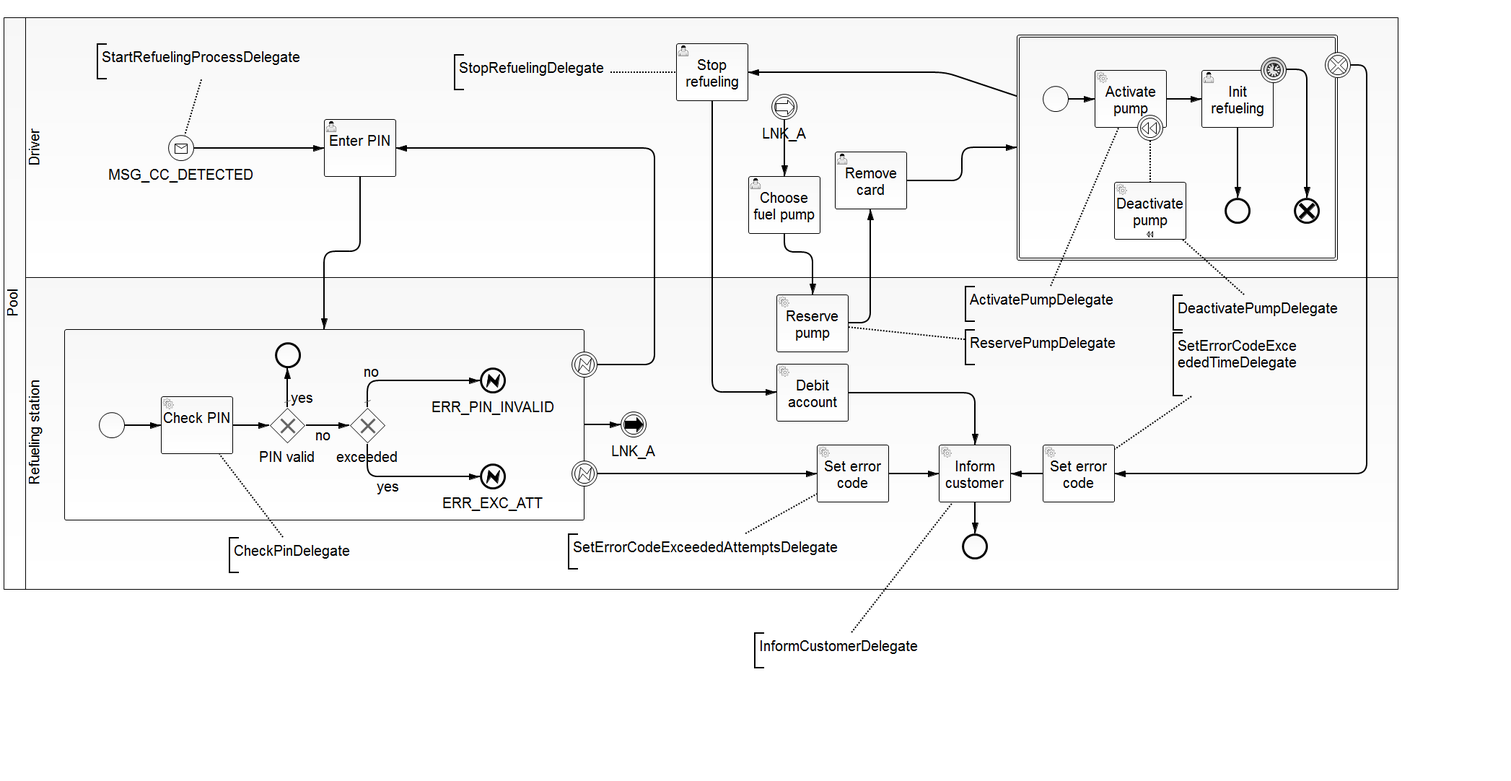
Before: bpmn-server/src/main/resources/RefuelNoCollaboration.png, a diagram exported from BPMN (gheddie/bpmn_watcher_all_new). Its source is kept beside it as bpmn-server/src/main/resources/RefuelNoCollaboration.bpmn. Ids are renumbered.
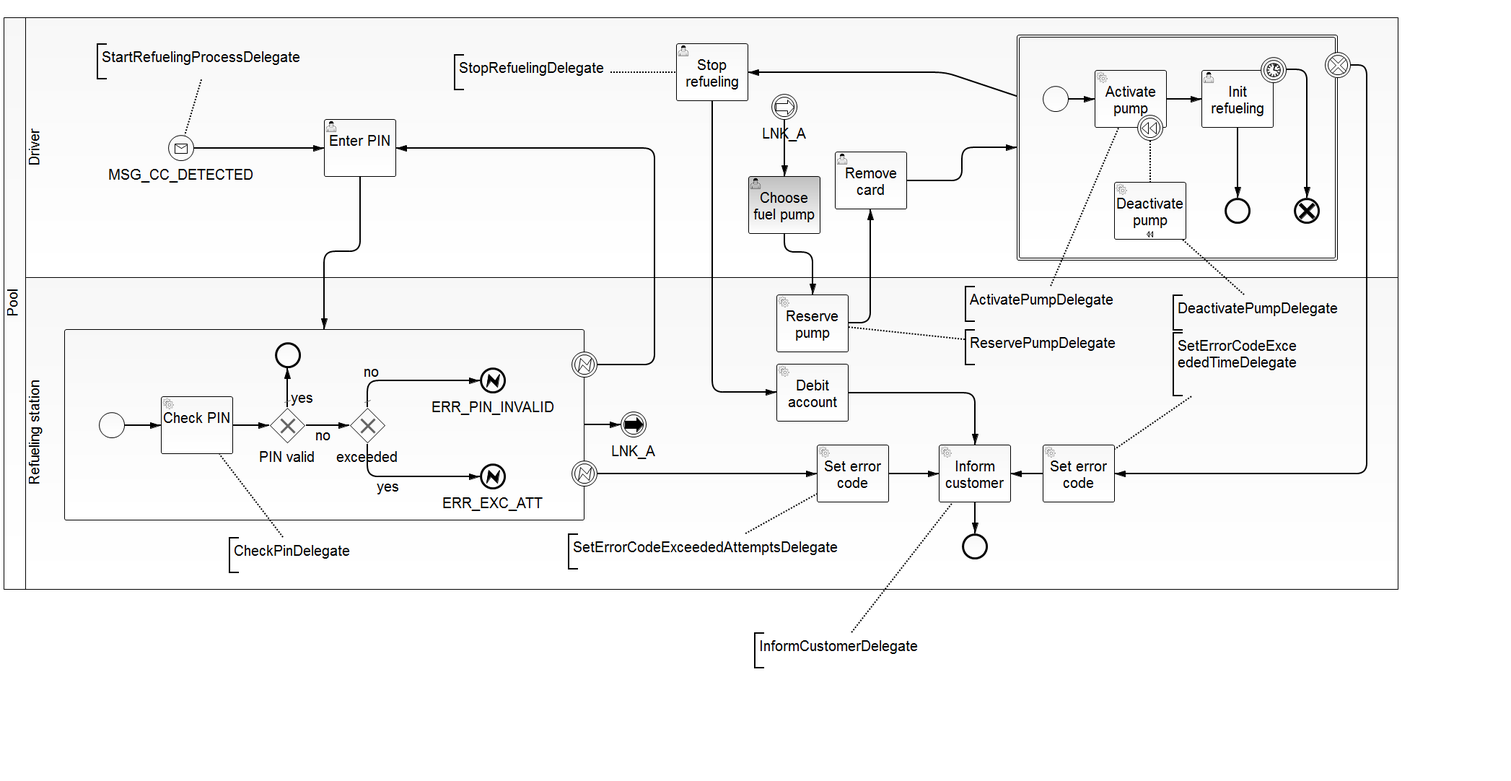
The same diagram one commit later.

Diff of the diagram source:
```diff
@@ -80,6 +80,11 @@
     </bpmn2:boundaryEvent>
     <bpmn2:sequenceFlow id="SequenceFlow_22" name="" sourceRef="BoundaryEvent_2" targetRef="ServiceTask_6"/>
     <bpmn2:userTask id="UserTask_2" camunda:assignee="demo" name="Enter PIN">
+      <bpmn2:extensionElements>
+        <camunda:formData>
+          <camunda:formField id="providedPin" label="providedPin" type="string"/>
+        </camunda:formData>
+      </bpmn2:extensionElements>
       <bpmn2:incoming>SequenceFlow_13</bpmn2:incoming>
       <bpmn2:incoming>SequenceFlow_7</bpmn2:incoming>
       <bpmn2:outgoing>SequenceFlow_3</bpmn2:outgoing>
@@ -181,6 +186,11 @@
     </bpmn2:intermediateCatchEvent>
     <bpmn2:sequenceFlow id="SequenceFlow_20" name="" sourceRef="IntermediateCatchEvent_1" targetRef="ChoosePumpTask"/>
     <bpmn2:userTask id="ChoosePumpTask" camunda:assignee="demo" name="Choose fuel pump">
+      <bpmn2:extensionElements>
+        <camunda:formData>
+          <camunda:formField id="chosenPumpNo" label="chosenPumpNo" type="long" defaultValue="0"/>
+        </camunda:formData>
+      </bpmn2:extensionElements>
       <bpmn2:incoming>SequenceFlow_20</bpmn2:incoming>
       <bpmn2:outgoing>SequenceFlow_14</bpmn2:outgoing>
     </bpmn2:userTask>
```
